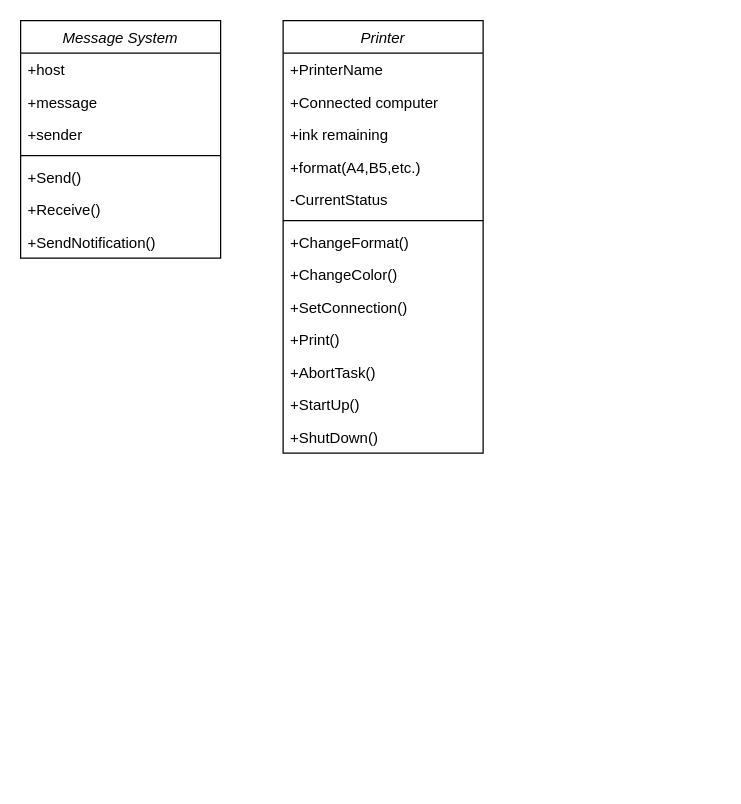
b10815061/VRRA keeps this draw.io diagram as SE hw7.3.drawio. Above is the earlier version. Source tidied: cells renumbered, new cells numbered last; positions are measured from the earlier drawing's top-left corner, leaving out a move shared by most shapes. Both pictures are drawn from the tidied source at 125%, with x=0, y=0 at pixel (20, 20).
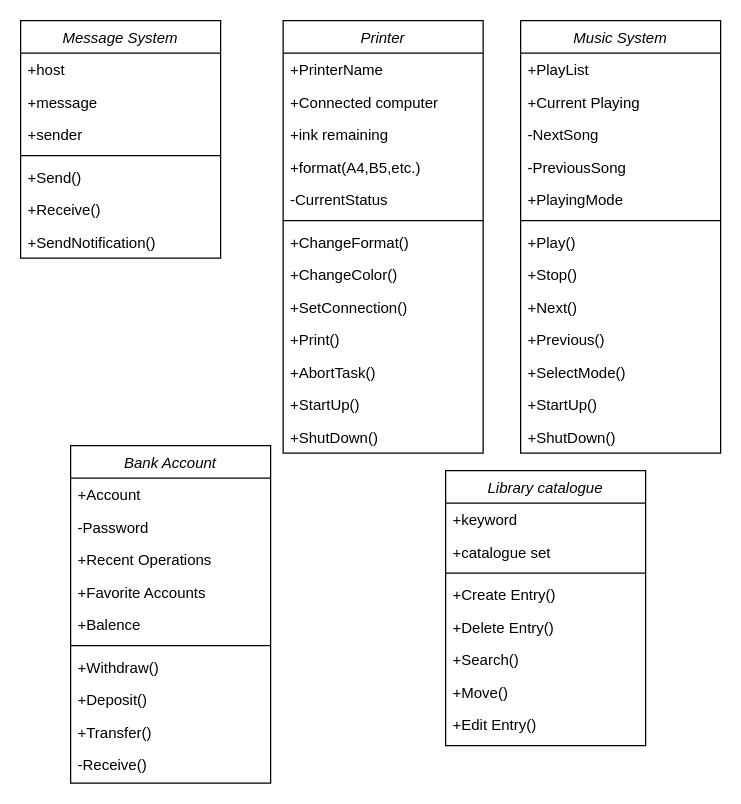
The same diagram, later.

Diff of the diagram source:
```diff
@@
+    <mxCell id="24" value="Music System" style="swimlane;fontStyle=2;align=center;verticalAlign=top;horizontal=1;startSize=26;rounded=0;shadow=0;strokeWidth=1;" parent="1" vertex="1">
+      <mxGeometry x="400" width="160" height="346" as="geometry" />
+    </mxCell>
+    <mxCell id="25" value="+PlayList" style="text;align=left;verticalAlign=top;spacingLeft=4;spacingRight=4;overflow=hidden;" parent="24" vertex="1">
+      <mxGeometry y="26" width="160" height="26" as="geometry" />
+    </mxCell>
+    <mxCell id="26" value="+Current Playing" style="text;align=left;verticalAlign=top;spacingLeft=4;spacingRight=4;overflow=hidden;" parent="24" vertex="1">
+      <mxGeometry y="52" width="160" height="26" as="geometry" />
+    </mxCell>
+    <mxCell id="27" value="-NextSong" style="text;align=left;verticalAlign=top;spacingLeft=4;spacingRight=4;overflow=hidden;rounded=0;shadow=0;html=0;" parent="24" vertex="1">
+      <mxGeometry y="78" width="160" height="26" as="geometry" />
+    </mxCell>
+    <mxCell id="28" value="-PreviousSong" style="text;align=left;verticalAlign=top;spacingLeft=4;spacingRight=4;overflow=hidden;rounded=0;shadow=0;html=0;" parent="24" vertex="1">
+      <mxGeometry y="104" width="160" height="26" as="geometry" />
+    </mxCell>
+    <mxCell id="29" value="+PlayingMode" style="text;align=left;verticalAlign=top;spacingLeft=4;spacingRight=4;overflow=hidden;rounded=0;shadow=0;html=0;" parent="24" vertex="1">
+      <mxGeometry y="130" width="160" height="26" as="geometry" />
+    </mxCell>
+    <mxCell id="30" style="line;html=1;strokeWidth=1;align=left;verticalAlign=middle;spacingTop=-1;spacingLeft=3;spacingRight=3;labelPosition=right;" parent="24" vertex="1">
+      <mxGeometry y="156" width="160" height="8" as="geometry" />
+    </mxCell>
+    <mxCell id="31" value="+Play()" style="text;align=left;verticalAlign=top;spacingLeft=4;spacingRight=4;overflow=hidden;" parent="24" vertex="1">
+      <mxGeometry y="164" width="160" height="26" as="geometry" />
+    </mxCell>
+    <mxCell id="32" value="+Stop()" style="text;align=left;verticalAlign=top;spacingLeft=4;spacingRight=4;overflow=hidden;" parent="24" vertex="1">
+      <mxGeometry y="190" width="160" height="26" as="geometry" />
+    </mxCell>
+    <mxCell id="33" value="+Next()" style="text;align=left;verticalAlign=top;spacingLeft=4;spacingRight=4;overflow=hidden;" parent="24" vertex="1">
+      <mxGeometry y="216" width="160" height="26" as="geometry" />
+    </mxCell>
+    <mxCell id="34" value="+Previous()" style="text;align=left;verticalAlign=top;spacingLeft=4;spacingRight=4;overflow=hidden;" parent="24" vertex="1">
+      <mxGeometry y="242" width="160" height="26" as="geometry" />
+    </mxCell>
+    <mxCell id="35" value="+SelectMode()" style="text;align=left;verticalAlign=top;spacingLeft=4;spacingRight=4;overflow=hidden;" parent="24" vertex="1">
+      <mxGeometry y="268" width="160" height="26" as="geometry" />
+    </mxCell>
+    <mxCell id="36" value="+StartUp()" style="text;align=left;verticalAlign=top;spacingLeft=4;spacingRight=4;overflow=hidden;" parent="24" vertex="1">
+      <mxGeometry y="294" width="160" height="26" as="geometry" />
+    </mxCell>
+    <mxCell id="37" value="+ShutDown()" style="text;align=left;verticalAlign=top;spacingLeft=4;spacingRight=4;overflow=hidden;" parent="24" vertex="1">
+      <mxGeometry y="320" width="160" height="26" as="geometry" />
+    </mxCell>
+    <mxCell id="38" value="Bank Account" style="swimlane;fontStyle=2;align=center;verticalAlign=top;horizontal=1;startSize=26;rounded=0;shadow=0;strokeWidth=1;" parent="1" vertex="1">
+      <mxGeometry x="40" y="340" width="160" height="270" as="geometry" />
+    </mxCell>
+    <mxCell id="39" value="+Account" style="text;align=left;verticalAlign=top;spacingLeft=4;spacingRight=4;overflow=hidden;" parent="38" vertex="1">
+      <mxGeometry y="26" width="160" height="26" as="geometry" />
+    </mxCell>
+    <mxCell id="40" value="-Password" style="text;align=left;verticalAlign=top;spacingLeft=4;spacingRight=4;overflow=hidden;" parent="38" vertex="1">
+      <mxGeometry y="52" width="160" height="26" as="geometry" />
+    </mxCell>
+    <mxCell id="41" value="+Recent Operations" style="text;align=left;verticalAlign=top;spacingLeft=4;spacingRight=4;overflow=hidden;rounded=0;shadow=0;html=0;" parent="38" vertex="1">
+      <mxGeometry y="78" width="160" height="26" as="geometry" />
+    </mxCell>
+    <mxCell id="42" value="+Favorite Accounts" style="text;align=left;verticalAlign=top;spacingLeft=4;spacingRight=4;overflow=hidden;rounded=0;shadow=0;html=0;" parent="38" vertex="1">
+      <mxGeometry y="104" width="160" height="26" as="geometry" />
+    </mxCell>
+    <mxCell id="43" value="+Balence" style="text;align=left;verticalAlign=top;spacingLeft=4;spacingRight=4;overflow=hidden;rounded=0;shadow=0;html=0;" parent="38" vertex="1">
+      <mxGeometry y="130" width="160" height="26" as="geometry" />
+    </mxCell>
+    <mxCell id="44" style="line;html=1;strokeWidth=1;align=left;verticalAlign=middle;spacingTop=-1;spacingLeft=3;spacingRight=3;labelPosition=right;" parent="38" vertex="1">
+      <mxGeometry y="156" width="160" height="8" as="geometry" />
+    </mxCell>
+    <mxCell id="45" value="+Withdraw()" style="text;align=left;verticalAlign=top;spacingLeft=4;spacingRight=4;overflow=hidden;" parent="38" vertex="1">
+      <mxGeometry y="164" width="160" height="26" as="geometry" />
+    </mxCell>
+    <mxCell id="46" value="+Deposit()" style="text;align=left;verticalAlign=top;spacingLeft=4;spacingRight=4;overflow=hidden;" parent="38" vertex="1">
+      <mxGeometry y="190" width="160" height="26" as="geometry" />
+    </mxCell>
+    <mxCell id="47" value="+Transfer()" style="text;align=left;verticalAlign=top;spacingLeft=4;spacingRight=4;overflow=hidden;" parent="38" vertex="1">
+      <mxGeometry y="216" width="160" height="26" as="geometry" />
+    </mxCell>
+    <mxCell id="48" value="-Receive()" style="text;align=left;verticalAlign=top;spacingLeft=4;spacingRight=4;overflow=hidden;" parent="38" vertex="1">
+      <mxGeometry y="242" width="160" height="26" as="geometry" />
+    </mxCell>
+    <mxCell id="49" value="Library catalogue" style="swimlane;fontStyle=2;align=center;verticalAlign=top;horizontal=1;startSize=26;rounded=0;shadow=0;strokeWidth=1;" parent="1" vertex="1">
+      <mxGeometry x="340" y="360" width="160" height="220" as="geometry" />
+    </mxCell>
+    <mxCell id="50" value="+keyword" style="text;align=left;verticalAlign=top;spacingLeft=4;spacingRight=4;overflow=hidden;" parent="49" vertex="1">
+      <mxGeometry y="26" width="160" height="26" as="geometry" />
+    </mxCell>
+    <mxCell id="51" value="+catalogue set" style="text;align=left;verticalAlign=top;spacingLeft=4;spacingRight=4;overflow=hidden;" parent="49" vertex="1">
+      <mxGeometry y="52" width="160" height="26" as="geometry" />
+    </mxCell>
+    <mxCell id="52" style="line;html=1;strokeWidth=1;align=left;verticalAlign=middle;spacingTop=-1;spacingLeft=3;spacingRight=3;labelPosition=right;" parent="49" vertex="1">
+      <mxGeometry y="78" width="160" height="8" as="geometry" />
+    </mxCell>
+    <mxCell id="53" value="+Create Entry()" style="text;align=left;verticalAlign=top;spacingLeft=4;spacingRight=4;overflow=hidden;" parent="49" vertex="1">
+      <mxGeometry y="86" width="160" height="26" as="geometry" />
+    </mxCell>
+    <mxCell id="54" value="+Delete Entry()" style="text;align=left;verticalAlign=top;spacingLeft=4;spacingRight=4;overflow=hidden;" parent="49" vertex="1">
+      <mxGeometry y="112" width="160" height="26" as="geometry" />
+    </mxCell>
+    <mxCell id="55" value="+Search()" style="text;align=left;verticalAlign=top;spacingLeft=4;spacingRight=4;overflow=hidden;" parent="49" vertex="1">
+      <mxGeometry y="138" width="160" height="26" as="geometry" />
+    </mxCell>
+    <mxCell id="56" value="+Move()" style="text;align=left;verticalAlign=top;spacingLeft=4;spacingRight=4;overflow=hidden;" parent="49" vertex="1">
+      <mxGeometry y="164" width="160" height="26" as="geometry" />
+    </mxCell>
+    <mxCell id="57" value="+Edit Entry()" style="text;align=left;verticalAlign=top;spacingLeft=4;spacingRight=4;overflow=hidden;" parent="49" vertex="1">
+      <mxGeometry y="190" width="160" height="26" as="geometry" />
+    </mxCell>
```
